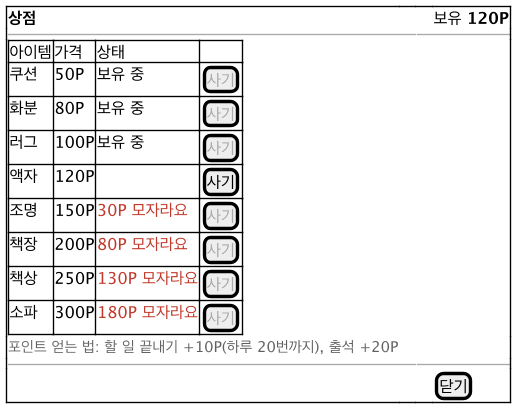
The PlantUML diagram docs/diagrams/ui-shop.png in 2026-2-software-system-design-11/planning-pet-app, before a commit.
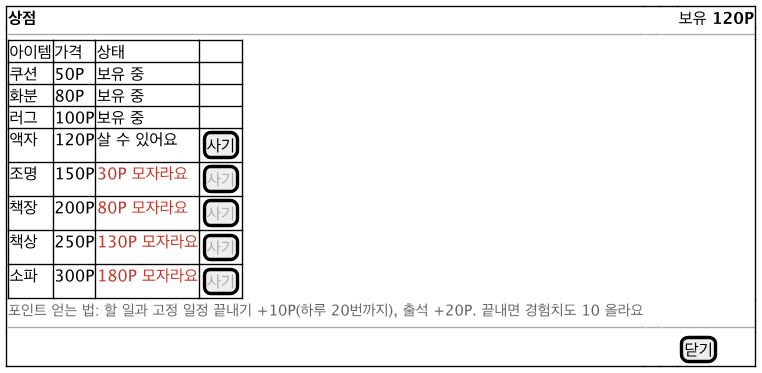
The same diagram one commit later.

Diff of the diagram source:
```diff
@@ -5,16 +5,16 @@
   --|--|--|--
   {#
     아이템 | 가격 | 상태 | .
-    쿠션 | 50P | 보유 중 | [<color:#AAAAAA>사기</color>]
-    화분 | 80P | 보유 중 | [<color:#AAAAAA>사기</color>]
-    러그 | 100P | 보유 중 | [<color:#AAAAAA>사기</color>]
-    액자 | 120P | . | [사기]
+    쿠션 | 50P | 보유 중 | .
+    화분 | 80P | 보유 중 | .
+    러그 | 100P | 보유 중 | .
+    액자 | 120P | 살 수 있어요 | [사기]
     조명 | 150P | <color:#C0392B>30P 모자라요</color> | [<color:#AAAAAA>사기</color>]
     책장 | 200P | <color:#C0392B>80P 모자라요</color> | [<color:#AAAAAA>사기</color>]
     책상 | 250P | <color:#C0392B>130P 모자라요</color> | [<color:#AAAAAA>사기</color>]
     소파 | 300P | <color:#C0392B>180P 모자라요</color> | [<color:#AAAAAA>사기</color>]
   }
-  <size:11><color:#666666>포인트 얻는 법: 할 일 끝내기 +10P(하루 20번까지), 출석 +20P</color></size> | . | . | .
+  <size:11><color:#666666>포인트 얻는 법: 할 일과 고정 일정 끝내기 +10P(하루 20번까지), 출석 +20P. 끝내면 경험치도 10 올라요</color></size> | . | . | .
   --|--|--|--
   . | . | . | [닫기]
 }
```
